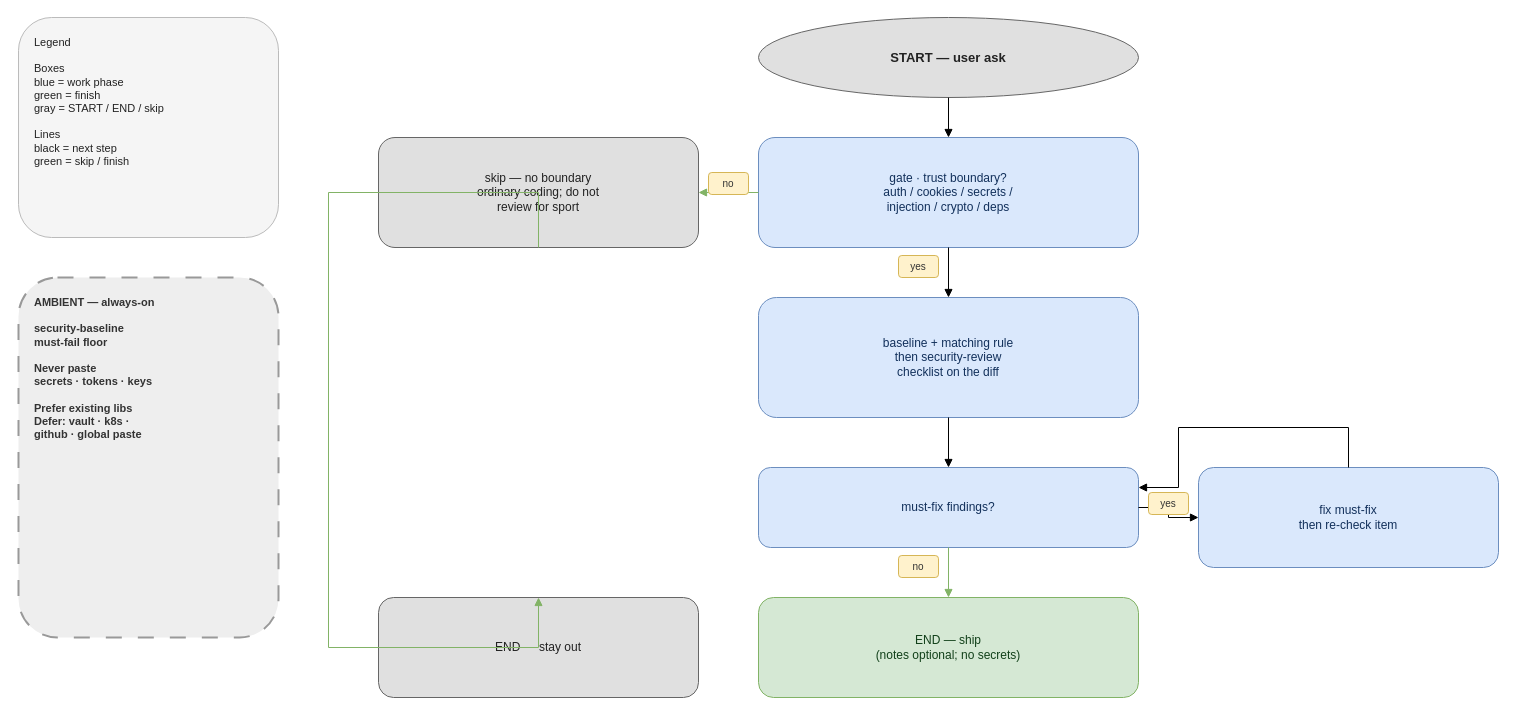
The draw.io diagram plugins/security/docs/security-workflow.drawio in nodadyoushutup/marketplace, before the edit. Source tidied: cells renumbered, new cells numbered last; positions are measured from the earlier drawing's top-left corner, leaving out a move shared by most shapes. Both pictures are drawn from the tidied source at 100%, with x=0, y=0 at pixel (18, 17).
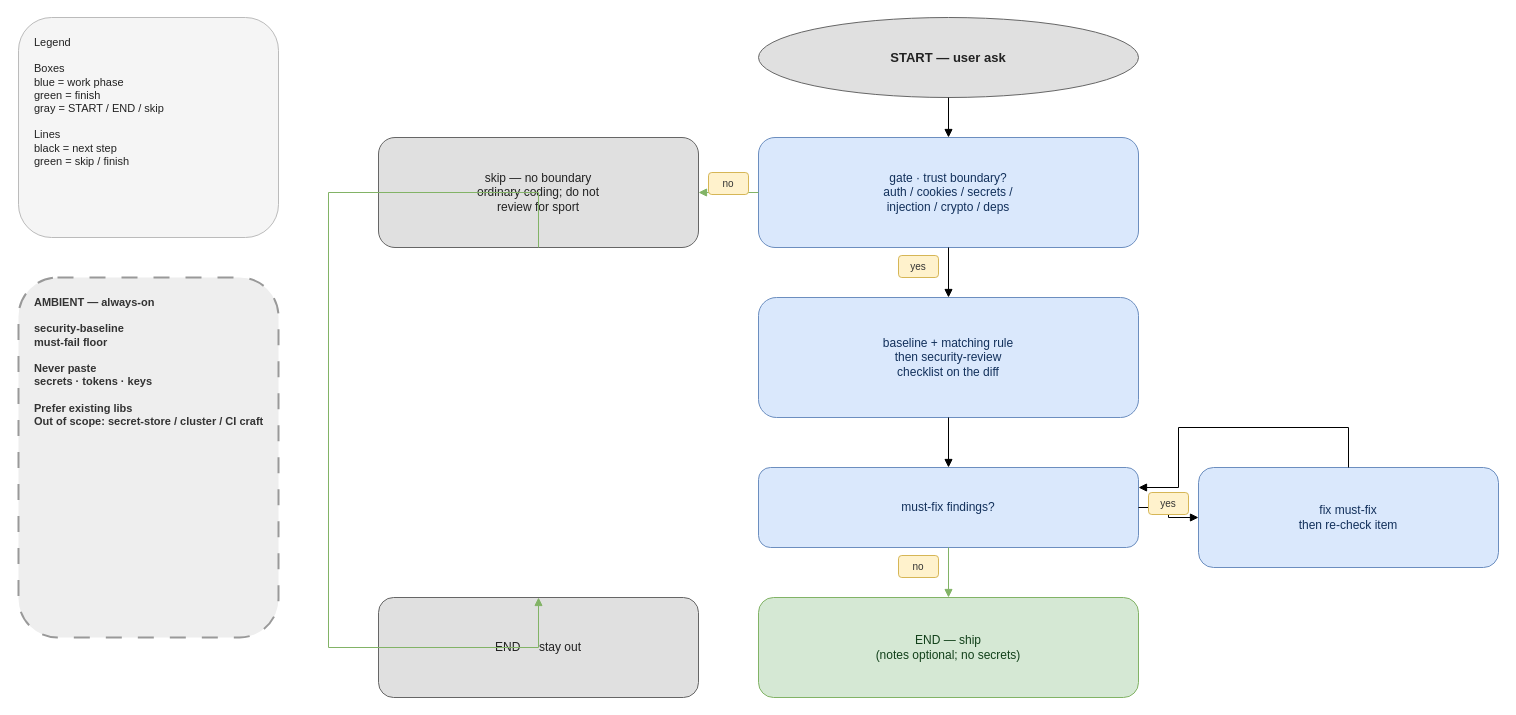
After the change.

What changed in the source:
```diff
@@
-    <mxCell id="3" value="AMBIENT — always-on&#10;&#10;security-baseline&#10;must-fail floor&#10;&#10;Never paste&#10;secrets · tokens · keys&#10;&#10;Prefer existing libs&#10;Defer: vault · k8s ·&#10;github · global paste" style="rounded=1;whiteSpace=wrap;html=1;dashed=1;dashPattern=8 8;align=left;verticalAlign=top;spacingLeft=14;spacingRight=14;spacingTop=12;spacingBottom=12;fontSize=11;fontStyle=1;fillColor=#eeeeee;strokeColor=#999999;strokeWidth=2;fontColor=#333333;" parent="1" vertex="1">
+    <mxCell id="3" value="AMBIENT — always-on&#10;&#10;security-baseline&#10;must-fail floor&#10;&#10;Never paste&#10;secrets · tokens · keys&#10;&#10;Prefer existing libs&#10;Out of scope: secret-store / cluster / CI craft" style="rounded=1;whiteSpace=wrap;html=1;dashed=1;dashPattern=8 8;align=left;verticalAlign=top;spacingLeft=14;spacingRight=14;spacingTop=12;spacingBottom=12;fontSize=11;fontStyle=1;fillColor=#eeeeee;strokeColor=#999999;strokeWidth=2;fontColor=#333333;" parent="1" vertex="1">
       <mxGeometry y="260" width="260" height="360" as="geometry" />
     </mxCell>
```
